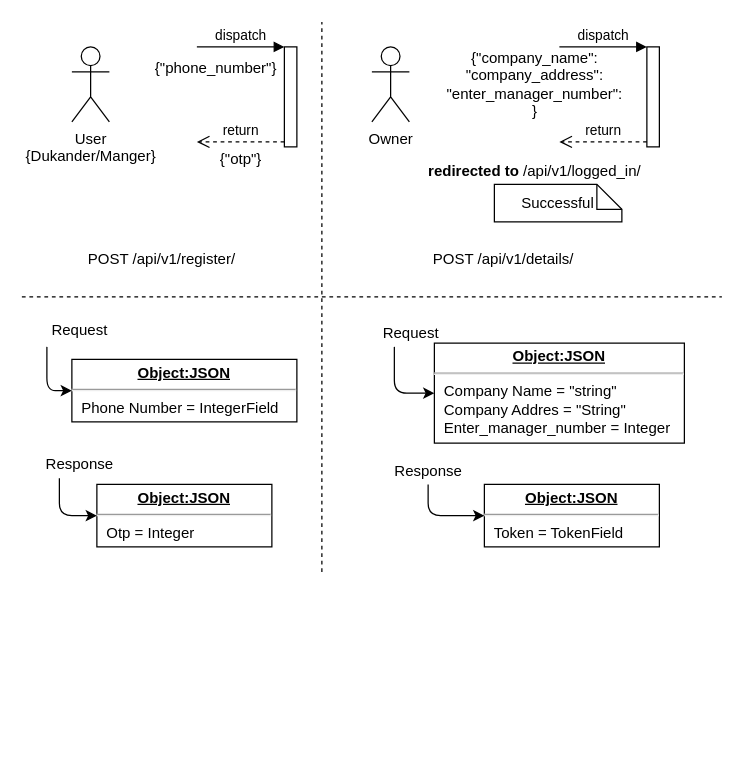
This is dmr_onboard_api_workflow.drawio from RounakSpotings/Spot, a draw.io file, before an edit. Source tidied: cells renumbered, new cells numbered last; positions are measured from the earlier drawing's top-left corner, leaving out a move shared by most shapes. Both pictures are drawn from the tidied source at 125%, with x=0, y=0 at pixel (21, 21).
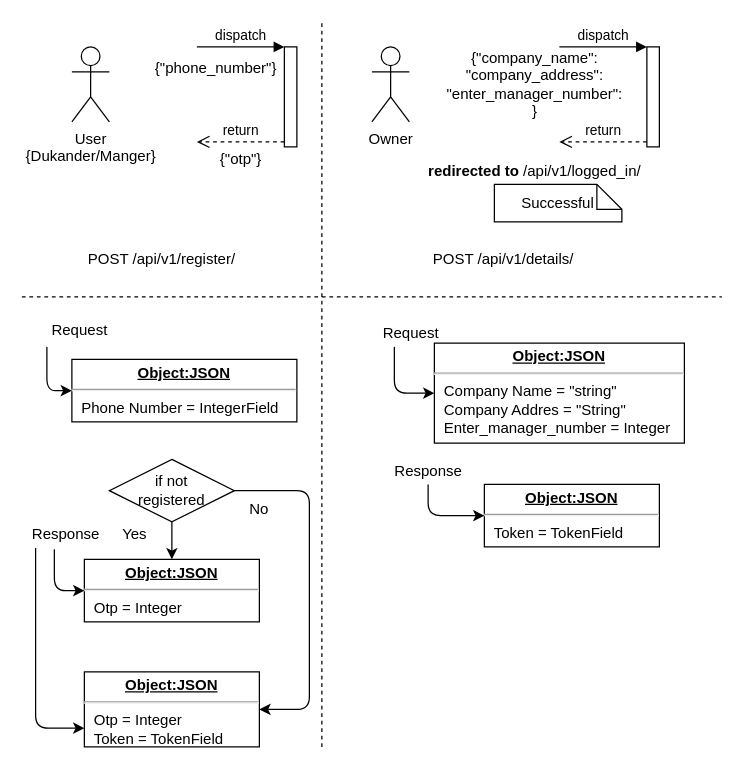
The same page after the edit.

The edit, as a diff of the source:
```diff
@@
     <mxCell id="19" style="endArrow=none;dashed=1;html=1;" parent="1" edge="1">
       <mxGeometry relative="1" as="geometry">
-        <mxPoint x="240" y="440" as="sourcePoint" />
+        <mxPoint x="240" y="580" as="sourcePoint" />
         <mxPoint x="240" as="targetPoint" />
       </mxGeometry>
     </mxCell>
@@
     <mxCell id="25" value="&lt;p style=&quot;margin: 0px ; margin-top: 4px ; text-align: center ; text-decoration: underline&quot;&gt;&lt;b&gt;Object:JSON&lt;/b&gt;&lt;/p&gt;&lt;hr&gt;&lt;p style=&quot;margin: 0px ; margin-left: 8px&quot;&gt;Otp = Integer&lt;br&gt;&lt;/p&gt;" style="verticalAlign=top;align=left;overflow=fill;fontSize=12;fontFamily=Helvetica;html=1;" parent="1" vertex="1">
-      <mxGeometry x="60" y="370" width="140" height="50" as="geometry" />
+      <mxGeometry x="50" y="430" width="140" height="50" as="geometry" />
     </mxCell>
     <mxCell id="26" value="Response" style="text;html=1;align=center;verticalAlign=middle;points=[];" parent="1" vertex="1">
-      <mxGeometry x="11" y="344" width="70" height="20" as="geometry" />
+      <mxGeometry y="400" width="70" height="20" as="geometry" />
     </mxCell>
-    <mxCell id="27" style="endArrow=classic;html=1;entryX=0;entryY=0.5;entryDx=0;entryDy=0;" parent="1" edge="1" target="25">
-      <mxGeometry relative="1" as="geometry">
-        <mxPoint x="30" y="365" as="sourcePoint" />
-        <Array as="points">
-          <mxPoint x="30" y="395" />
-        </Array>
-      </mxGeometry>
-    </mxCell>
@@
+    <mxCell id="31" style="endArrow=classic;html=1;entryX=0;entryY=0.5;entryDx=0;entryDy=0;exitX=0.371;exitY=1.1;exitDx=0;exitDy=0;exitPerimeter=0;" parent="1" edge="1" source="26" target="25">
+      <mxGeometry relative="1" as="geometry">
+        <Array as="points">
+          <mxPoint x="26" y="455" />
+        </Array>
+      </mxGeometry>
+    </mxCell>
+    <mxCell id="32" value="if not&lt;br&gt;registered" style="rhombus;whiteSpace=wrap;html=1;" parent="1" vertex="1">
+      <mxGeometry x="70" y="350" width="100" height="50" as="geometry" />
+    </mxCell>
+    <mxCell id="33" style="endArrow=classic;html=1;entryX=0.5;entryY=0;entryDx=0;entryDy=0;exitX=0.5;exitY=1;exitDx=0;exitDy=0;" parent="1" edge="1" source="32" target="25">
+      <mxGeometry relative="1" as="geometry" />
+    </mxCell>
+    <mxCell id="34" value="&lt;p style=&quot;margin: 0px ; margin-top: 4px ; text-align: center ; text-decoration: underline&quot;&gt;&lt;b&gt;Object:JSON&lt;/b&gt;&lt;/p&gt;&lt;hr&gt;&lt;p style=&quot;margin: 0px ; margin-left: 8px&quot;&gt;Otp = Integer&lt;br&gt;&lt;/p&gt;&lt;p style=&quot;margin: 0px ; margin-left: 8px&quot;&gt;Token = TokenField&lt;/p&gt;" style="verticalAlign=top;align=left;overflow=fill;fontSize=12;fontFamily=Helvetica;html=1;" parent="1" vertex="1">
+      <mxGeometry x="50" y="520" width="140" height="60" as="geometry" />
+    </mxCell>
+    <mxCell id="35" style="endArrow=classic;html=1;entryX=1;entryY=0.5;entryDx=0;entryDy=0;exitX=1;exitY=0.5;exitDx=0;exitDy=0;" parent="1" edge="1" source="32" target="34">
+      <mxGeometry relative="1" as="geometry">
+        <Array as="points">
+          <mxPoint x="230" y="375" />
+          <mxPoint x="230" y="550" />
+        </Array>
+      </mxGeometry>
+    </mxCell>
+    <mxCell id="36" value="Yes" style="text;html=1;align=center;verticalAlign=middle;" parent="1" vertex="1">
+      <mxGeometry x="70" y="400" width="40" height="20" as="geometry" />
+    </mxCell>
+    <mxCell id="37" value="No" style="text;html=1;strokeColor=none;fillColor=none;align=center;verticalAlign=middle;whiteSpace=wrap;rounded=0;" parent="1" vertex="1">
+      <mxGeometry x="170" y="380" width="40" height="20" as="geometry" />
+    </mxCell>
+    <mxCell id="38" style="endArrow=classic;html=1;entryX=0;entryY=0.75;entryDx=0;entryDy=0;exitX=0.157;exitY=1.05;exitDx=0;exitDy=0;exitPerimeter=0;" parent="1" edge="1" source="26" target="34">
+      <mxGeometry relative="1" as="geometry">
+        <Array as="points">
+          <mxPoint x="11" y="565" />
+        </Array>
+      </mxGeometry>
+    </mxCell>
```
